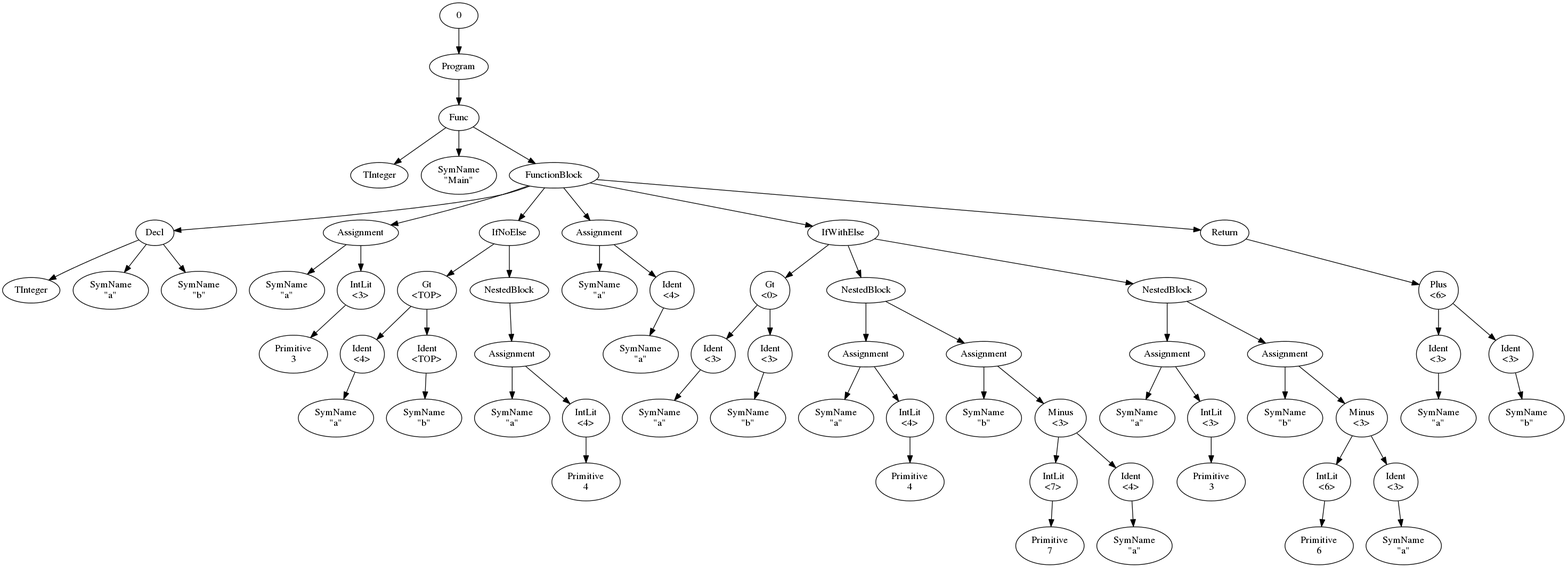
Above: typecheck/testProgram.png in drewtaylors/cs160 (Graphviz), before the change. Its source is kept beside it as typecheck/testProgram.dot.
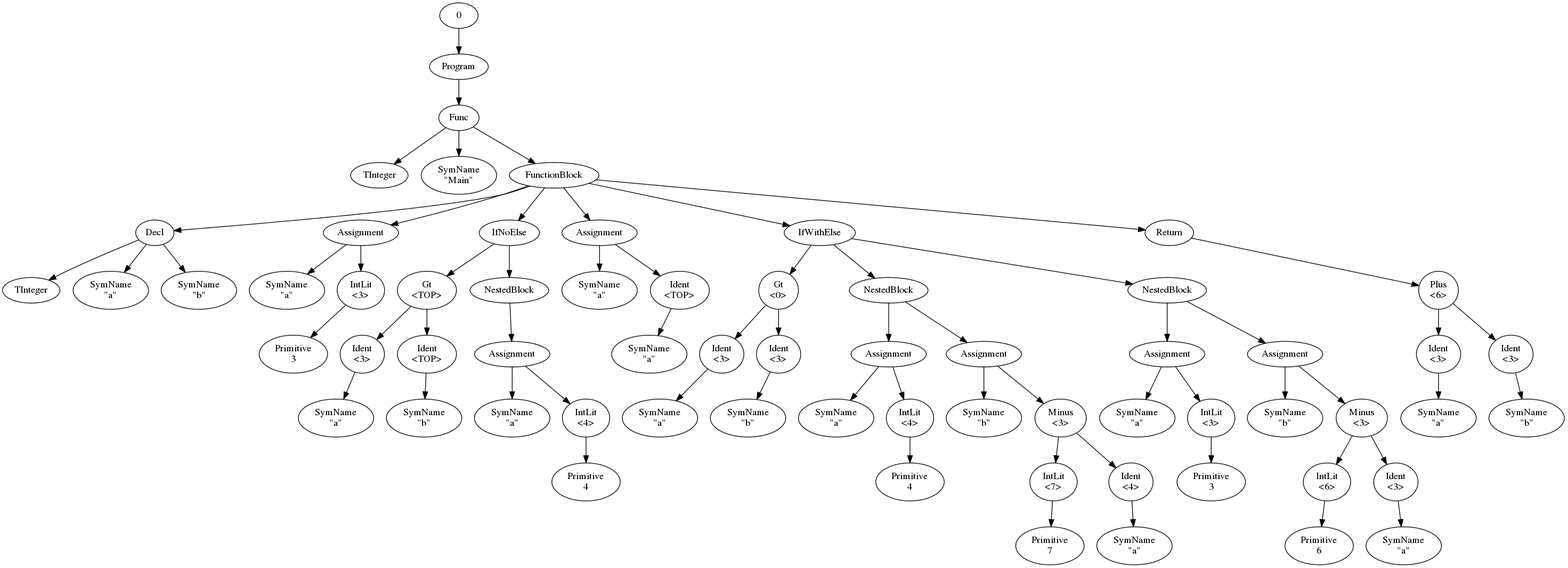
After the commit.

Change to the diagram source:
```diff
@@ -29,7 +29,7 @@
 "5" -> "14"
 "15" [label="Gt\n<TOP>"]
 "14" -> "15"
-"16" [label="Ident\n<4>"]
+"16" [label="Ident\n<3>"]
 "15" -> "16"
 "17" [label="SymName\n\"a\""]
 "16" -> "17"
@@ -51,7 +51,7 @@
 "5" -> "25"
 "26" [label="SymName\n\"a\""]
 "25" -> "26"
-"27" [label="Ident\n<4>"]
+"27" [label="Ident\n<TOP>"]
 "25" -> "27"
 "28" [label="SymName\n\"a\""]
 "27" -> "28"
```
